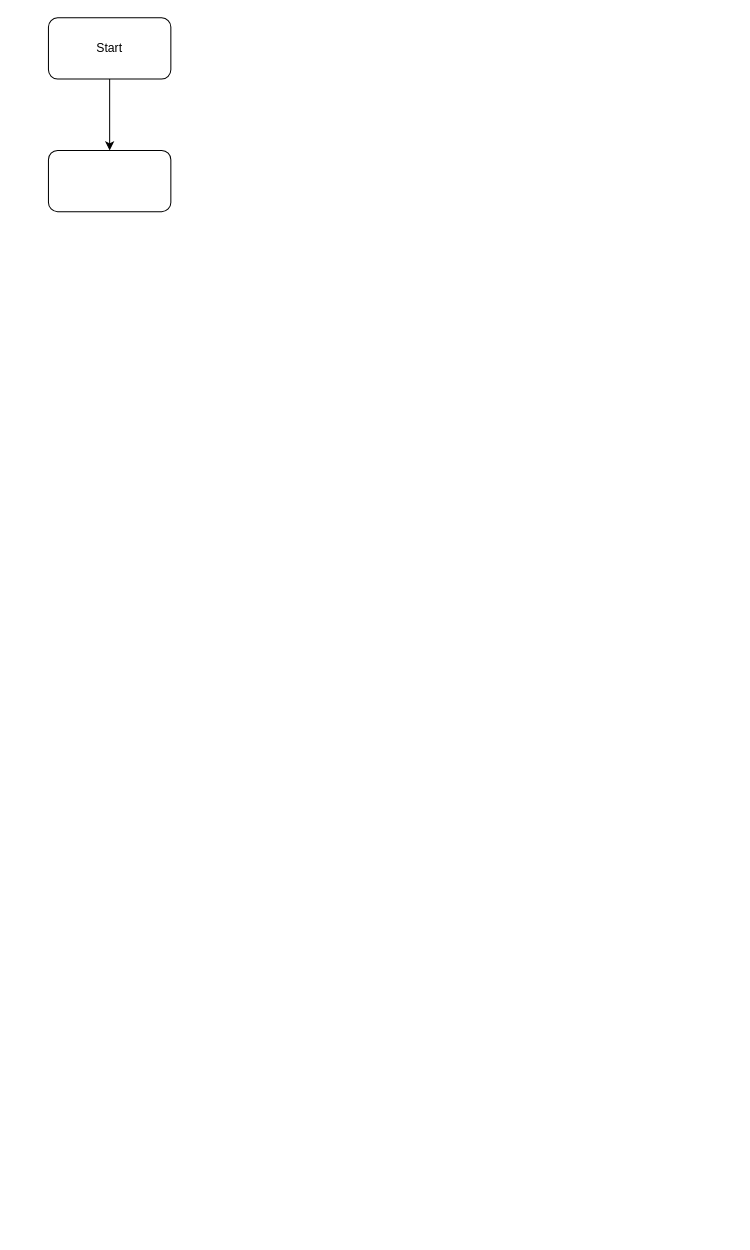
Before: Untitled Diagram.drawio in rinsukiyo/CPT111-Assignment, a draw.io diagram. Source tidied: cells renumbered, new cells numbered last; positions are measured from the earlier drawing's top-left corner, leaving out a move shared by most shapes. Both pictures are drawn from the tidied source at 102%, with x=0, y=0 at pixel (48, 17).
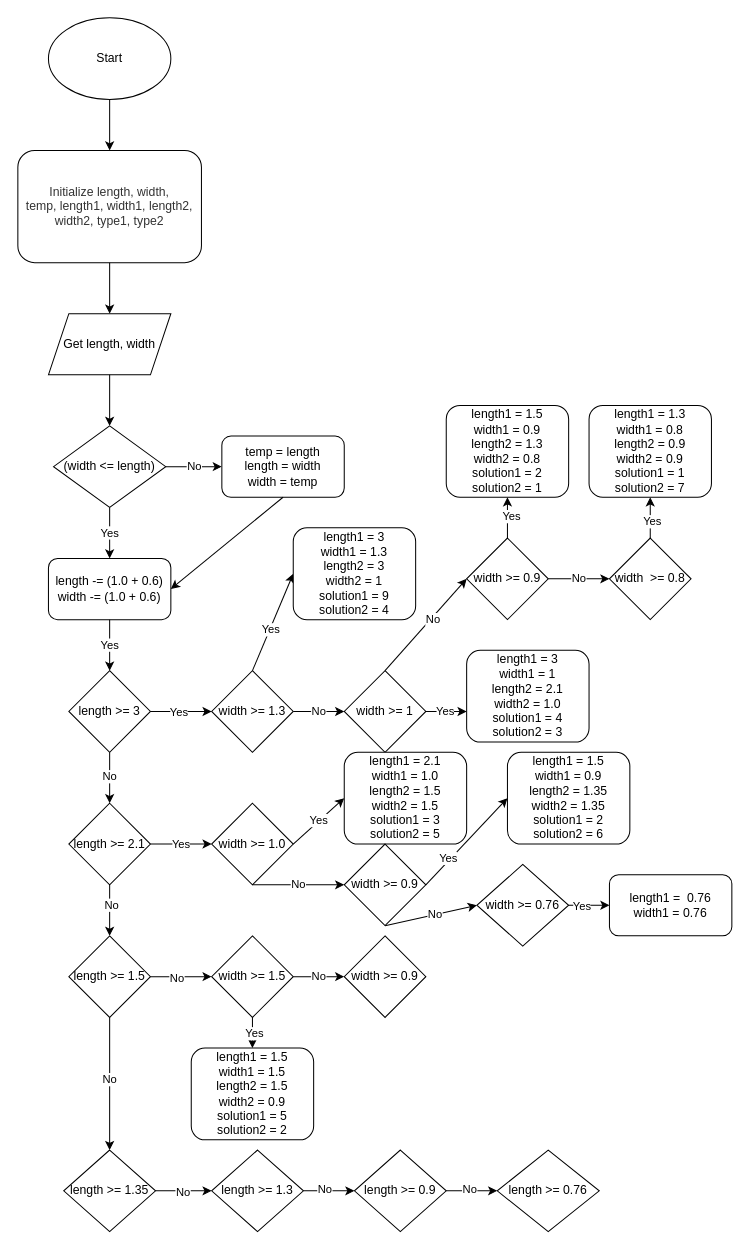
After the change.

The edit, as a diff of the source:
```diff
@@
-    <mxCell id="2" style="edgeStyle=orthogonalEdgeStyle;rounded=0;jettySize=auto;html=1;exitX=0.5;exitY=1;exitDx=0;exitDy=0;" parent="1" edge="1" source="3">
-      <mxGeometry relative="1" as="geometry">
-        <mxPoint x="60" y="130" as="targetPoint" />
-      </mxGeometry>
-    </mxCell>
+    <mxCell id="5" style="endArrow=classic;html=1;rounded=0;exitX=0.5;exitY=1;exitDx=0;exitDy=0;entryX=0.5;entryY=0;entryDx=0;entryDy=0;" parent="1" edge="1" target="6">
+      <mxGeometry relative="1" as="geometry">
+        <mxPoint x="60" y="80" as="sourcePoint" />
+      </mxGeometry>
+    </mxCell>
+    <mxCell id="6" value="&lt;span data-lucid-content=&quot;{&amp;#34;t&amp;#34;:&amp;#34;Initialize length, width, temp, length1, width1, length2, width2, type1, type2&amp;#34;,&amp;#34;m&amp;#34;:[{&amp;#34;s&amp;#34;:0,&amp;#34;n&amp;#34;:&amp;#34;a&amp;#34;,&amp;#34;v&amp;#34;:&amp;#34;center&amp;#34;},{&amp;#34;s&amp;#34;:0,&amp;#34;n&amp;#34;:&amp;#34;f&amp;#34;,&amp;#34;v&amp;#34;:&amp;#34;Liberation Serif&amp;#34;,&amp;#34;e&amp;#34;:78},{&amp;#34;s&amp;#34;:0,&amp;#34;n&amp;#34;:&amp;#34;c&amp;#34;,&amp;#34;v&amp;#34;:&amp;#34;333333ff&amp;#34;,&amp;#34;e&amp;#34;:78}]}&quot;&gt;&lt;span style=&quot;text-align: center ; color: rgb(51 , 51 , 51)&quot;&gt;Initialize length, width,&lt;br&gt;temp, length1, width1, length2, width2, type1, type2&lt;/span&gt;&lt;/span&gt;" style="rounded=1;whiteSpace=wrap;html=1;" parent="1" vertex="1">
+      <mxGeometry x="-30" y="130" width="180" height="110" as="geometry" />
+    </mxCell>
-    <mxCell id="3" value="Start" style="rounded=1;whiteSpace=wrap;html=1;" parent="1" vertex="1">
-      <mxGeometry width="120" height="60" as="geometry" />
+    <mxCell id="3" value="Start" style="ellipse;whiteSpace=wrap;html=1;" parent="1" vertex="1">
+      <mxGeometry width="120" height="80" as="geometry" />
     </mxCell>
-    <mxCell id="4" style="rounded=1;whiteSpace=wrap;html=1;" parent="1" vertex="1">
-      <mxGeometry y="130" width="120" height="60" as="geometry" />
-    </mxCell>
+    <mxCell id="7" style="endArrow=classic;html=1;rounded=0;" parent="1" edge="1">
+      <mxGeometry relative="1" as="geometry">
+        <mxPoint x="60" y="240" as="sourcePoint" />
+        <mxPoint x="60" y="290" as="targetPoint" />
+      </mxGeometry>
+    </mxCell>
+    <mxCell id="8" value="Get length, width" style="shape=parallelogram;perimeter=parallelogramPerimeter;whiteSpace=wrap;html=1;fixedSize=1;" parent="1" vertex="1">
+      <mxGeometry y="290" width="120" height="60" as="geometry" />
+    </mxCell>
+    <mxCell id="9" style="endArrow=classic;html=1;rounded=0;exitX=0.5;exitY=1;exitDx=0;exitDy=0;" parent="1" edge="1" source="8">
+      <mxGeometry relative="1" as="geometry">
+        <mxPoint x="60" y="400" as="targetPoint" />
+      </mxGeometry>
+    </mxCell>
+    <mxCell id="10" value="(width &amp;lt;= length)" style="rhombus;whiteSpace=wrap;html=1;" parent="1" vertex="1">
+      <mxGeometry x="5" y="400" width="110" height="80" as="geometry" />
+    </mxCell>
+    <mxCell id="11" value="Yes" style="endArrow=classic;html=1;rounded=0;exitX=0.5;exitY=1;exitDx=0;exitDy=0;" parent="1" edge="1" source="10">
+      <mxGeometry relative="1" as="geometry">
+        <mxPoint x="60" y="530" as="targetPoint" />
+      </mxGeometry>
+    </mxCell>
+    <mxCell id="12" value="No" style="endArrow=classic;html=1;rounded=0;exitX=1;exitY=0.5;exitDx=0;exitDy=0;" parent="1" edge="1" source="10">
+      <mxGeometry relative="1" as="geometry">
+        <mxPoint x="170" y="440" as="targetPoint" />
+      </mxGeometry>
+    </mxCell>
+    <mxCell id="13" value="temp = length&lt;br&gt;length = width&lt;br&gt;width = temp" style="rounded=1;whiteSpace=wrap;html=1;" parent="1" vertex="1">
+      <mxGeometry x="170" y="410" width="120" height="60" as="geometry" />
+    </mxCell>
+    <mxCell id="14" value="length -= (1.0 + 0.6)&lt;br&gt;width -= (1.0 + 0.6)" style="rounded=1;whiteSpace=wrap;html=1;" parent="1" vertex="1">
+      <mxGeometry y="530" width="120" height="60" as="geometry" />
+    </mxCell>
+    <mxCell id="15" value="Yes" style="endArrow=classic;html=1;rounded=0;exitX=0.5;exitY=1;exitDx=0;exitDy=0;" parent="1" edge="1" source="14">
+      <mxGeometry relative="1" as="geometry">
+        <mxPoint x="60" y="640" as="targetPoint" />
+      </mxGeometry>
+    </mxCell>
+    <mxCell id="16" style="endArrow=classic;html=1;rounded=0;exitX=0.5;exitY=1;exitDx=0;exitDy=0;entryX=1;entryY=0.5;entryDx=0;entryDy=0;" parent="1" edge="1" source="13" target="14">
+      <mxGeometry relative="1" as="geometry" />
+    </mxCell>
+    <mxCell id="17" value="length &amp;gt;= 3" style="rhombus;whiteSpace=wrap;html=1;" parent="1" vertex="1">
+      <mxGeometry x="20" y="640" width="80" height="80" as="geometry" />
+    </mxCell>
+    <mxCell id="18" style="endArrow=classic;html=1;rounded=0;exitX=1;exitY=0.5;exitDx=0;exitDy=0;" parent="1" edge="1" source="17">
+      <mxGeometry relative="1" as="geometry">
+        <mxPoint x="160" y="680" as="targetPoint" />
+      </mxGeometry>
+    </mxCell>
+    <mxCell id="19" value="Yes" style="edgeLabel;html=1;align=center;verticalAlign=middle;" parent="18" vertex="1">
+      <mxGeometry x="-0.1" relative="1" as="geometry" />
+    </mxCell>
+    <mxCell id="20" value="width &amp;gt;= 1.3" style="rhombus;whiteSpace=wrap;html=1;" parent="1" vertex="1">
+      <mxGeometry x="160" y="640" width="80" height="80" as="geometry" />
+    </mxCell>
+    <mxCell id="21" value="No" style="endArrow=classic;html=1;rounded=0;exitX=1;exitY=0.5;exitDx=0;exitDy=0;" parent="1" edge="1" source="20">
+      <mxGeometry relative="1" as="geometry">
+        <mxPoint x="290" y="680" as="targetPoint" />
+      </mxGeometry>
+    </mxCell>
+    <mxCell id="22" value="width &amp;gt;= 1" style="rhombus;whiteSpace=wrap;html=1;" parent="1" vertex="1">
+      <mxGeometry x="290" y="640" width="80" height="80" as="geometry" />
+    </mxCell>
+    <mxCell id="23" style="endArrow=classic;html=1;rounded=0;exitX=0.5;exitY=1;exitDx=0;exitDy=0;" parent="1" edge="1" source="17">
+      <mxGeometry relative="1" as="geometry">
+        <mxPoint x="60" y="770" as="targetPoint" />
+      </mxGeometry>
+    </mxCell>
+    <mxCell id="24" value="No" style="edgeLabel;html=1;align=center;verticalAlign=middle;" parent="23" vertex="1">
+      <mxGeometry x="-0.09" y="-1" relative="1" as="geometry" />
+    </mxCell>
+    <mxCell id="25" value="length &amp;gt;= 2.1" style="rhombus;whiteSpace=wrap;html=1;" parent="1" vertex="1">
+      <mxGeometry x="20" y="770" width="80" height="80" as="geometry" />
+    </mxCell>
+    <mxCell id="26" style="endArrow=classic;html=1;rounded=0;exitX=0.5;exitY=1;exitDx=0;exitDy=0;" parent="1" edge="1" source="25">
+      <mxGeometry relative="1" as="geometry">
+        <mxPoint x="60" y="900" as="targetPoint" />
+      </mxGeometry>
+    </mxCell>
+    <mxCell id="27" value="No" style="edgeLabel;html=1;align=center;verticalAlign=middle;" parent="26" vertex="1">
+      <mxGeometry x="-0.24" y="1" relative="1" as="geometry" />
+    </mxCell>
+    <mxCell id="28" value="length &amp;gt;= 1.5" style="rhombus;whiteSpace=wrap;html=1;" parent="1" vertex="1">
+      <mxGeometry x="20" y="900" width="80" height="80" as="geometry" />
+    </mxCell>
+    <mxCell id="29" style="endArrow=classic;html=1;rounded=0;exitX=0.5;exitY=1;exitDx=0;exitDy=0;entryX=0.5;entryY=0;entryDx=0;entryDy=0;" parent="1" edge="1" source="28" target="31">
+      <mxGeometry relative="1" as="geometry" />
+    </mxCell>
+    <mxCell id="30" value="No" style="edgeLabel;html=1;align=center;verticalAlign=middle;" parent="29" vertex="1">
+      <mxGeometry x="-0.07" y="-1" relative="1" as="geometry" />
+    </mxCell>
+    <mxCell id="31" value="length &amp;gt;= 1.35" style="rhombus;whiteSpace=wrap;html=1;" parent="1" vertex="1">
+      <mxGeometry x="15" y="1110" width="90" height="80" as="geometry" />
+    </mxCell>
+    <mxCell id="32" style="endArrow=classic;html=1;rounded=0;exitX=1;exitY=0.5;exitDx=0;exitDy=0;entryX=0;entryY=0.5;entryDx=0;entryDy=0;" parent="1" edge="1" source="31" target="34">
+      <mxGeometry relative="1" as="geometry" />
+    </mxCell>
+    <mxCell id="33" value="No" style="edgeLabel;html=1;align=center;verticalAlign=middle;" parent="32" vertex="1">
+      <mxGeometry x="-0.06" y="-1" relative="1" as="geometry" />
+    </mxCell>
+    <mxCell id="34" value="length &amp;gt;= 1.3" style="rhombus;whiteSpace=wrap;html=1;" parent="1" vertex="1">
+      <mxGeometry x="160" y="1110" width="90" height="80" as="geometry" />
+    </mxCell>
+    <mxCell id="35" style="endArrow=classic;html=1;rounded=0;exitX=1;exitY=0.5;exitDx=0;exitDy=0;" parent="1" edge="1" source="34" target="37">
+      <mxGeometry relative="1" as="geometry" />
+    </mxCell>
+    <mxCell id="36" value="No" style="edgeLabel;html=1;align=center;verticalAlign=middle;" parent="35" vertex="1">
+      <mxGeometry x="-0.22" y="2" relative="1" as="geometry" />
+    </mxCell>
+    <mxCell id="37" value="length &amp;gt;= 0.9" style="rhombus;whiteSpace=wrap;html=1;" parent="1" vertex="1">
+      <mxGeometry x="300" y="1110" width="90" height="80" as="geometry" />
+    </mxCell>
+    <mxCell id="38" style="endArrow=classic;html=1;rounded=0;exitX=1;exitY=0.5;exitDx=0;exitDy=0;" parent="1" edge="1" source="37" target="40">
+      <mxGeometry relative="1" as="geometry" />
+    </mxCell>
+    <mxCell id="39" value="No" style="edgeLabel;html=1;align=center;verticalAlign=middle;" parent="38" vertex="1">
+      <mxGeometry x="-0.11" y="2" relative="1" as="geometry" />
+    </mxCell>
+    <mxCell id="40" value="length &amp;gt;= 0.76" style="rhombus;whiteSpace=wrap;html=1;" parent="1" vertex="1">
+      <mxGeometry x="440" y="1110" width="100" height="80" as="geometry" />
+    </mxCell>
+    <mxCell id="41" style="endArrow=classic;html=1;rounded=0;exitX=0.5;exitY=0;exitDx=0;exitDy=0;entryX=0;entryY=0.5;entryDx=0;entryDy=0;" parent="1" edge="1" source="20" target="43">
+      <mxGeometry relative="1" as="geometry" />
+    </mxCell>
+    <mxCell id="42" value="Yes" style="edgeLabel;html=1;align=center;verticalAlign=middle;" parent="41" vertex="1">
+      <mxGeometry x="-0.14" y="-1" relative="1" as="geometry" />
+    </mxCell>
+    <mxCell id="43" value="length1 = 3&lt;br&gt;width1 = 1.3&lt;br&gt;length2 = 3&lt;br&gt;width2 = 1&lt;br&gt;solution1 = 9&lt;br&gt;solution2 = 4" style="rounded=1;whiteSpace=wrap;html=1;" parent="1" vertex="1">
+      <mxGeometry x="240" y="500" width="120" height="90" as="geometry" />
+    </mxCell>
+    <mxCell id="44" style="endArrow=classic;html=1;rounded=0;exitX=1;exitY=0.5;exitDx=0;exitDy=0;" parent="1" edge="1" source="22">
+      <mxGeometry relative="1" as="geometry">
+        <mxPoint x="410" y="680" as="targetPoint" />
+      </mxGeometry>
+    </mxCell>
+    <mxCell id="45" value="Yes" style="edgeLabel;html=1;align=center;verticalAlign=middle;" parent="44" vertex="1">
+      <mxGeometry x="-0.1" y="1" relative="1" as="geometry" />
+    </mxCell>
+    <mxCell id="46" value="length1 = 3&lt;br&gt;width1 = 1&lt;br&gt;length2 = 2.1&lt;br&gt;width2 = 1.0&lt;br&gt;solution1 = 4&lt;br&gt;solution2 = 3" style="rounded=1;whiteSpace=wrap;html=1;" parent="1" vertex="1">
+      <mxGeometry x="410" y="620" width="120" height="90" as="geometry" />
+    </mxCell>
+    <mxCell id="47" value="Yes" style="endArrow=classic;html=1;rounded=0;exitX=1;exitY=0.5;exitDx=0;exitDy=0;" parent="1" edge="1" source="25">
+      <mxGeometry relative="1" as="geometry">
+        <mxPoint x="160" y="810" as="targetPoint" />
+      </mxGeometry>
+    </mxCell>
+    <mxCell id="48" value="width &amp;gt;= 1.0" style="rhombus;whiteSpace=wrap;html=1;" parent="1" vertex="1">
+      <mxGeometry x="160" y="770" width="80" height="80" as="geometry" />
+    </mxCell>
+    <mxCell id="49" value="Yes" style="endArrow=classic;html=1;rounded=0;exitX=1;exitY=0.5;exitDx=0;exitDy=0;entryX=0;entryY=0.5;entryDx=0;entryDy=0;" parent="1" edge="1" source="48" target="50">
+      <mxGeometry relative="1" as="geometry" />
+    </mxCell>
+    <mxCell id="50" value="length1 = 2.1&lt;br&gt;width1 = 1.0&lt;br&gt;length2 = 1.5&lt;br&gt;width2 = 1.5&lt;br&gt;solution1 = 3&lt;br&gt;solution2 = 5" style="rounded=1;whiteSpace=wrap;html=1;" parent="1" vertex="1">
+      <mxGeometry x="290" y="720" width="120" height="90" as="geometry" />
+    </mxCell>
+    <mxCell id="51" value="No" style="endArrow=classic;html=1;rounded=0;exitX=0.5;exitY=1;exitDx=0;exitDy=0;" parent="1" edge="1" source="48">
+      <mxGeometry relative="1" as="geometry">
+        <mxPoint x="290" y="850" as="targetPoint" />
+      </mxGeometry>
+    </mxCell>
+    <mxCell id="52" style="endArrow=classic;html=1;rounded=0;exitX=1;exitY=0.5;exitDx=0;exitDy=0;entryX=0;entryY=0.5;entryDx=0;entryDy=0;" parent="1" edge="1" source="28" target="64">
+      <mxGeometry relative="1" as="geometry" />
+    </mxCell>
+    <mxCell id="53" value="No" style="edgeLabel;html=1;align=center;verticalAlign=middle;" parent="52" vertex="1">
+      <mxGeometry x="-0.18" y="-1" relative="1" as="geometry" />
+    </mxCell>
+    <mxCell id="54" value="width &amp;gt;= 0.9" style="rhombus;whiteSpace=wrap;html=1;" parent="1" vertex="1">
+      <mxGeometry x="290" y="810" width="80" height="80" as="geometry" />
+    </mxCell>
+    <mxCell id="55" style="endArrow=classic;html=1;rounded=0;exitX=1;exitY=0.5;exitDx=0;exitDy=0;entryX=0;entryY=0.5;entryDx=0;entryDy=0;" parent="1" edge="1" source="54" target="57">
+      <mxGeometry relative="1" as="geometry" />
+    </mxCell>
+    <mxCell id="56" value="Yes" style="edgeLabel;html=1;align=center;verticalAlign=middle;" parent="55" vertex="1">
+      <mxGeometry x="-0.42" y="2" relative="1" as="geometry" />
+    </mxCell>
+    <mxCell id="57" value="length1 = 1.5&lt;br&gt;width1 = 0.9&lt;br&gt;length2 = 1.35&lt;br&gt;width2 = 1.35&lt;br&gt;solution1 = 2&lt;br&gt;solution2 = 6" style="rounded=1;whiteSpace=wrap;html=1;" parent="1" vertex="1">
+      <mxGeometry x="450" y="720" width="120" height="90" as="geometry" />
+    </mxCell>
+    <mxCell id="58" value="width &amp;gt;= 0.76" style="rhombus;whiteSpace=wrap;html=1;" parent="1" vertex="1">
+      <mxGeometry x="420" y="830" width="90" height="80" as="geometry" />
+    </mxCell>
+    <mxCell id="59" style="endArrow=classic;html=1;rounded=0;exitX=0.5;exitY=1;exitDx=0;exitDy=0;entryX=0;entryY=0.5;entryDx=0;entryDy=0;" parent="1" edge="1" source="54" target="58">
+      <mxGeometry relative="1" as="geometry" />
+    </mxCell>
+    <mxCell id="60" value="No" style="edgeLabel;html=1;align=center;verticalAlign=middle;" parent="59" vertex="1">
+      <mxGeometry x="0.09" y="1" relative="1" as="geometry" />
+    </mxCell>
+    <mxCell id="61" style="endArrow=classic;html=1;rounded=0;exitX=1;exitY=0.5;exitDx=0;exitDy=0;" parent="1" edge="1" source="58">
+      <mxGeometry relative="1" as="geometry">
+        <mxPoint x="550" y="870" as="targetPoint" />
+      </mxGeometry>
+    </mxCell>
+    <mxCell id="62" value="Yes" style="edgeLabel;html=1;align=center;verticalAlign=middle;" parent="61" vertex="1">
+      <mxGeometry x="-0.39" relative="1" as="geometry" />
+    </mxCell>
+    <mxCell id="63" value="length1 = &amp;nbsp;0.76&lt;br&gt;width1 = 0.76" style="rounded=1;whiteSpace=wrap;html=1;" parent="1" vertex="1">
+      <mxGeometry x="550" y="840" width="120" height="60" as="geometry" />
+    </mxCell>
+    <mxCell id="64" value="width &amp;gt;= 1.5" style="rhombus;whiteSpace=wrap;html=1;" parent="1" vertex="1">
+      <mxGeometry x="160" y="900" width="80" height="80" as="geometry" />
+    </mxCell>
+    <mxCell id="65" value="No" style="endArrow=classic;html=1;rounded=0;exitX=1;exitY=0.5;exitDx=0;exitDy=0;entryX=0;entryY=0.5;entryDx=0;entryDy=0;" parent="1" edge="1" source="64" target="66">
+      <mxGeometry relative="1" as="geometry" />
+    </mxCell>
+    <mxCell id="66" value="width &amp;gt;= 0.9" style="rhombus;whiteSpace=wrap;html=1;" parent="1" vertex="1">
+      <mxGeometry x="290" y="900" width="80" height="80" as="geometry" />
+    </mxCell>
+    <mxCell id="67" value="length1 = 1.5&lt;br&gt;width1 = 1.5&lt;br&gt;length2 = 1.5&lt;br&gt;width2 = 0.9&lt;br&gt;solution1 = 5&lt;br&gt;solution2 = 2" style="rounded=1;whiteSpace=wrap;html=1;" parent="1" vertex="1">
+      <mxGeometry x="140" y="1010" width="120" height="90" as="geometry" />
+    </mxCell>
+    <mxCell id="68" style="endArrow=classic;html=1;rounded=0;exitX=0.5;exitY=1;exitDx=0;exitDy=0;entryX=0.5;entryY=0;entryDx=0;entryDy=0;" parent="1" edge="1" source="64" target="67">
+      <mxGeometry relative="1" as="geometry" />
+    </mxCell>
+    <mxCell id="69" value="Yes" style="edgeLabel;html=1;align=center;verticalAlign=middle;" parent="68" vertex="1">
+      <mxGeometry x="0.01" y="1" relative="1" as="geometry" />
+    </mxCell>
+    <mxCell id="70" style="endArrow=classic;html=1;rounded=0;entryX=0;entryY=0.5;entryDx=0;entryDy=0;" parent="1" edge="1" target="72">
+      <mxGeometry relative="1" as="geometry">
+        <mxPoint x="330" y="640" as="sourcePoint" />
+      </mxGeometry>
+    </mxCell>
+    <mxCell id="71" value="No" style="edgeLabel;html=1;align=center;verticalAlign=middle;" parent="70" vertex="1">
+      <mxGeometry x="0.15" y="-1" relative="1" as="geometry" />
+    </mxCell>
+    <mxCell id="72" value="width &amp;gt;= 0.9" style="rhombus;whiteSpace=wrap;html=1;" parent="1" vertex="1">
+      <mxGeometry x="410" y="510" width="80" height="80" as="geometry" />
+    </mxCell>
+    <mxCell id="73" value="No" style="endArrow=classic;html=1;rounded=0;exitX=1;exitY=0.5;exitDx=0;exitDy=0;" parent="1" edge="1" source="72">
+      <mxGeometry relative="1" as="geometry">
+        <mxPoint x="550" y="550" as="targetPoint" />
+      </mxGeometry>
+    </mxCell>
+    <mxCell id="74" value="width &amp;nbsp;&amp;gt;= 0.8" style="rhombus;whiteSpace=wrap;html=1;" parent="1" vertex="1">
+      <mxGeometry x="550" y="510" width="80" height="80" as="geometry" />
+    </mxCell>
+    <mxCell id="75" style="endArrow=classic;html=1;rounded=0;exitX=0.5;exitY=0;exitDx=0;exitDy=0;" parent="1" edge="1" source="72">
+      <mxGeometry relative="1" as="geometry">
+        <mxPoint x="450" y="470" as="targetPoint" />
+      </mxGeometry>
+    </mxCell>
+    <mxCell id="76" value="Yes" style="edgeLabel;html=1;align=center;verticalAlign=middle;" parent="75" vertex="1">
+      <mxGeometry x="0.09" y="-3" relative="1" as="geometry" />
+    </mxCell>
+    <mxCell id="77" value="length1 = 1.5&lt;br&gt;width1 = 0.9&lt;br&gt;length2 = 1.3&lt;br&gt;width2 = 0.8&lt;br&gt;solution1 = 2&lt;br&gt;solution2 = 1" style="rounded=1;whiteSpace=wrap;html=1;" parent="1" vertex="1">
+      <mxGeometry x="390" y="380" width="120" height="90" as="geometry" />
+    </mxCell>
+    <mxCell id="78" style="endArrow=classic;html=1;rounded=0;exitX=0.5;exitY=0;exitDx=0;exitDy=0;" parent="1" edge="1" source="74">
+      <mxGeometry relative="1" as="geometry">
+        <mxPoint x="590" y="470" as="targetPoint" />
+      </mxGeometry>
+    </mxCell>
+    <mxCell id="79" value="Yes" style="edgeLabel;html=1;align=center;verticalAlign=middle;" parent="78" vertex="1">
+      <mxGeometry x="-0.15" y="-1" relative="1" as="geometry" />
+    </mxCell>
+    <mxCell id="80" value="length1 = 1.3&lt;br&gt;width1 = 0.8&lt;br&gt;length2 = 0.9&lt;br&gt;width2 = 0.9&lt;br&gt;solution1 = 1&lt;br&gt;solution2 = 7" style="rounded=1;whiteSpace=wrap;html=1;" parent="1" vertex="1">
+      <mxGeometry x="530" y="380" width="120" height="90" as="geometry" />
+    </mxCell>
```
